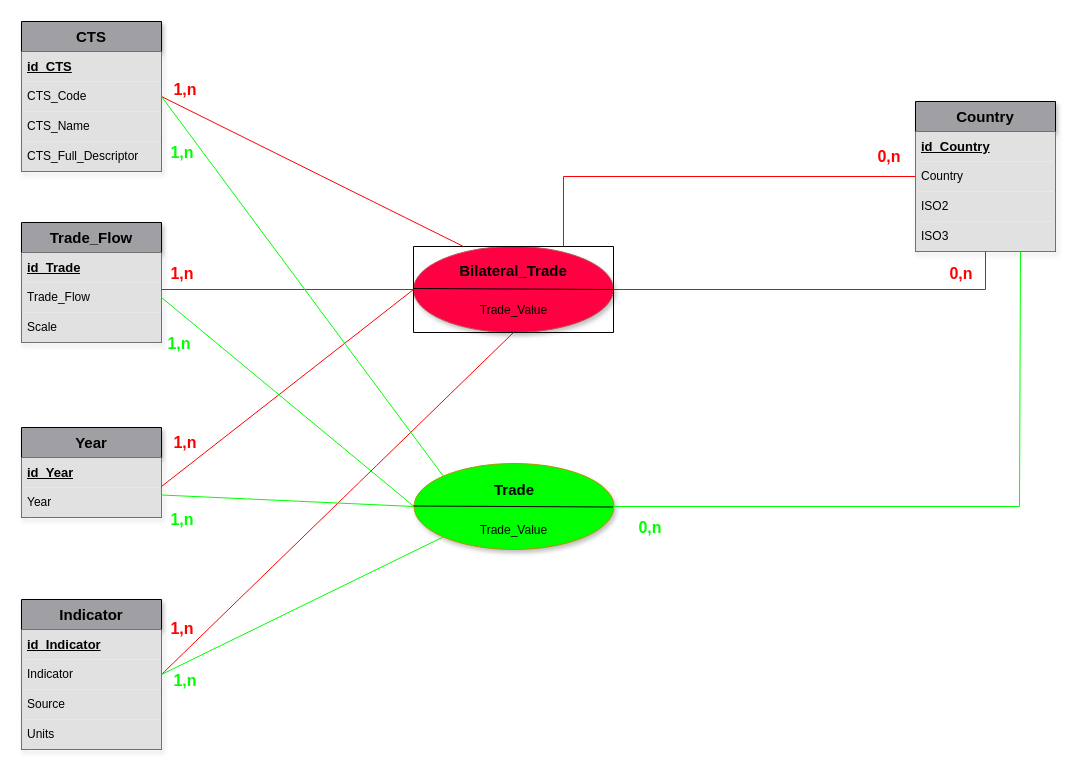
Earlier version of the draw.io diagram schema_ea/schema_EA_final.drawio (Darckens/SAE-S2.01). Source tidied: cells renumbered, new cells numbered last; positions are measured from the earlier drawing's top-left corner, leaving out a move shared by most shapes. Both pictures are drawn from the tidied source at 100%, with x=0, y=0 at pixel (21, 21).
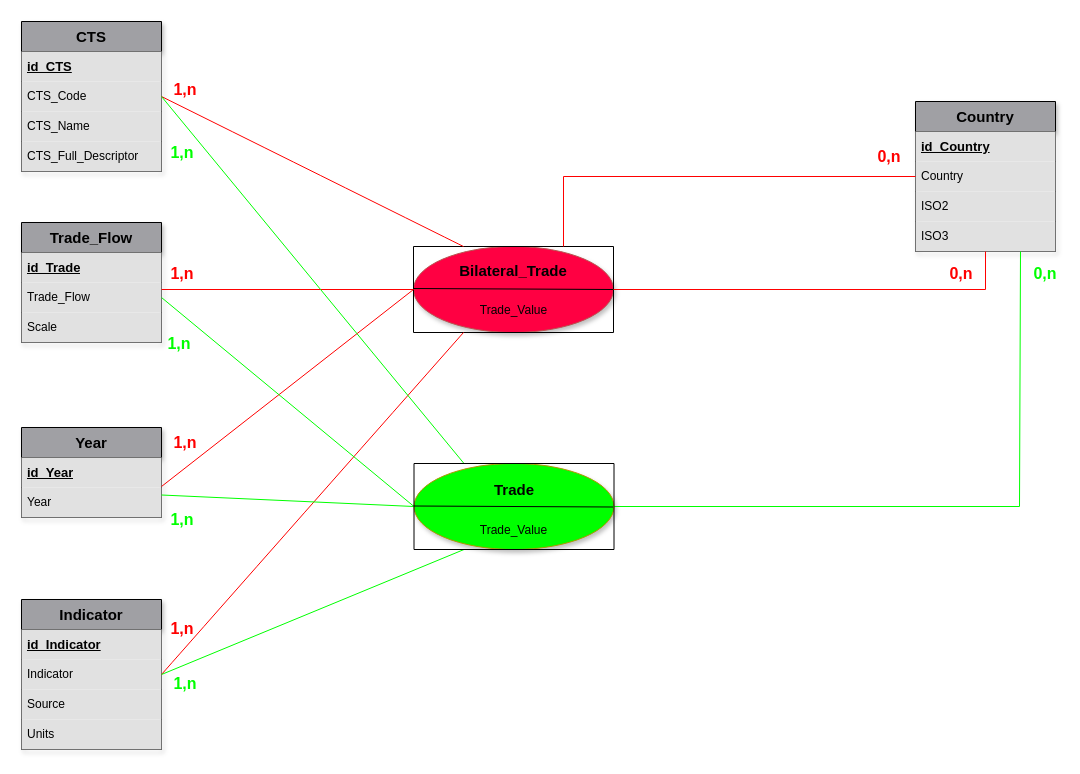
After the change.

Unchanged cells that the change refers to:
```xml
<mxCell id="5" style="swimlane;startSize=0;" parent="1" vertex="1">
  <mxGeometry x="392" y="225" width="200" height="86" as="geometry" />
</mxCell>
<mxCell id="7" value="&lt;font style=&quot;font-size: 15px;&quot;&gt;&lt;b&gt;Country&lt;/b&gt;&lt;/font&gt;" style="swimlane;fontStyle=0;horizontal=1;startSize=30;whiteSpace=wrap;html=1;shadow=1;fillColor=#A0A0A4;strokeColor=#000000;" parent="1" vertex="1">
  <mxGeometry x="894" y="80" width="140" height="150" as="geometry" />
</mxCell>
<mxCell id="14" value="CTS_Code" style="text;strokeColor=none;fillColor=light-dark(#E1E1E1,#E1E1E1);align=left;verticalAlign=middle;spacingLeft=4;spacingRight=4;overflow=hidden;points=[[0,0.5],[1,0.5]];portConstraint=eastwest;whiteSpace=wrap;html=1;fontColor=light-dark(#000000, #121212);" parent="12" vertex="1">
  <mxGeometry y="60" width="140" height="30" as="geometry" />
</mxCell>
<mxCell id="17" value="&lt;font style=&quot;font-size: 15px;&quot;&gt;&lt;b&gt;Indicator&lt;/b&gt;&lt;/font&gt;" style="swimlane;fontStyle=0;horizontal=1;startSize=30;whiteSpace=wrap;html=1;shadow=1;fillColor=#A0A0A4;strokeColor=#000000;" parent="1" vertex="1">
  <mxGeometry y="578" width="140" height="150" as="geometry" />
</mxCell>
<mxCell id="24" value="Trade_Flow" style="text;strokeColor=none;fillColor=light-dark(#E1E1E1,#E1E1E1);align=left;verticalAlign=middle;spacingLeft=4;spacingRight=4;overflow=hidden;points=[[0,0.5],[1,0.5]];portConstraint=eastwest;whiteSpace=wrap;html=1;fontColor=light-dark(#000000, #121212);" parent="22" vertex="1">
  <mxGeometry y="60" width="140" height="30" as="geometry" />
</mxCell>
<mxCell id="26" value="&lt;b&gt;&lt;font style=&quot;font-size: 15px;&quot;&gt;Year&lt;/font&gt;&lt;/b&gt;" style="swimlane;fontStyle=0;horizontal=1;startSize=30;whiteSpace=wrap;html=1;shadow=1;fillColor=#A0A0A4;strokeColor=#000000;" parent="1" vertex="1">
  <mxGeometry y="406" width="140" height="90" as="geometry" />
</mxCell>
<mxCell id="41" style="ellipse;whiteSpace=wrap;html=1;shadow=1;fillColor=#00FF00;strokeColor=#B09500;fontColor=#000000;" parent="1" vertex="1">
  <mxGeometry x="392.5" y="442" width="200" height="86" as="geometry" />
</mxCell>
```

Diff of the diagram source:
```diff
@@
-    <mxCell id="32" style="endArrow=none;html=1;rounded=0;curved=1;exitX=1;exitY=0.5;exitDx=0;exitDy=0;entryX=0.5;entryY=1;entryDx=0;entryDy=0;fillColor=#e51400;strokeColor=#FF0000;" parent="1" edge="1" source="17" target="5">
+    <mxCell id="32" style="endArrow=none;html=1;rounded=0;curved=1;exitX=1;exitY=0.5;exitDx=0;exitDy=0;entryX=0.25;entryY=1;entryDx=0;entryDy=0;fillColor=#e51400;strokeColor=#FF0000;" parent="1" edge="1" source="17" target="5">
       <mxGeometry relative="1" as="geometry" />
     </mxCell>
@@
-    <mxCell id="45" style="endArrow=none;html=1;rounded=0;exitX=1;exitY=0.5;exitDx=0;exitDy=0;entryX=0;entryY=0;entryDx=0;entryDy=0;fillColor=#e3c800;strokeColor=#00FF00;fontColor=#00FF00;" parent="1" edge="1" source="14" target="41">
+    <mxCell id="45" style="endArrow=none;html=1;rounded=0;exitX=1;exitY=0.5;exitDx=0;exitDy=0;entryX=0.25;entryY=0;entryDx=0;entryDy=0;fillColor=#e3c800;strokeColor=#00FF00;fontColor=#00FF00;" parent="1" edge="1" source="14" target="55">
       <mxGeometry relative="1" as="geometry" />
     </mxCell>
-    <mxCell id="46" style="endArrow=none;html=1;rounded=0;exitX=1;exitY=0.5;exitDx=0;exitDy=0;entryX=0;entryY=0.5;entryDx=0;entryDy=0;fillColor=#e3c800;strokeColor=#00FF00;fontColor=#00FF00;" parent="1" edge="1" source="24" target="41">
+    <mxCell id="46" style="endArrow=none;html=1;rounded=0;exitX=1;exitY=0.5;exitDx=0;exitDy=0;fillColor=#e3c800;strokeColor=#00FF00;fontColor=#00FF00;entryX=0;entryY=0.5;entryDx=0;entryDy=0;" parent="1" edge="1" source="24" target="55">
       <mxGeometry relative="1" as="geometry" />
     </mxCell>
-    <mxCell id="47" style="endArrow=none;html=1;rounded=0;entryX=0;entryY=0.5;entryDx=0;entryDy=0;exitX=1;exitY=0.75;exitDx=0;exitDy=0;fillColor=#e3c800;strokeColor=#00FF00;fontColor=#00FF00;" parent="1" edge="1" source="26" target="41">
+    <mxCell id="47" style="endArrow=none;html=1;rounded=0;entryX=0;entryY=0.5;entryDx=0;entryDy=0;exitX=1;exitY=0.75;exitDx=0;exitDy=0;fillColor=#e3c800;strokeColor=#00FF00;fontColor=#00FF00;" parent="1" edge="1" source="26" target="55">
       <mxGeometry relative="1" as="geometry" />
     </mxCell>
-    <mxCell id="48" style="endArrow=none;html=1;rounded=0;entryX=0;entryY=1;entryDx=0;entryDy=0;exitX=1;exitY=0.5;exitDx=0;exitDy=0;strokeColor=#00FF00;fontColor=#00FF00;" parent="1" edge="1" source="17" target="41">
+    <mxCell id="48" style="endArrow=none;html=1;rounded=0;entryX=0.25;entryY=1;entryDx=0;entryDy=0;exitX=1;exitY=0.5;exitDx=0;exitDy=0;strokeColor=#00FF00;fontColor=#00FF00;" parent="1" edge="1" source="17" target="55">
       <mxGeometry relative="1" as="geometry" />
     </mxCell>
-    <mxCell id="49" style="endArrow=none;html=1;rounded=0;exitX=1;exitY=0.5;exitDx=0;exitDy=0;entryX=0.75;entryY=1;entryDx=0;entryDy=0;strokeColor=#00FF00;fontColor=#00FF00;" parent="1" edge="1" source="41" target="7">
+    <mxCell id="49" style="endArrow=none;html=1;rounded=0;entryX=0.75;entryY=1;entryDx=0;entryDy=0;strokeColor=#00FF00;fontColor=#00FF00;exitX=1;exitY=0.5;exitDx=0;exitDy=0;" parent="1" edge="1" source="41" target="7">
       <mxGeometry relative="1" as="geometry">
         <Array as="points">
           <mxPoint x="998" y="485" />
         </Array>
       </mxGeometry>
     </mxCell>
@@
     <mxCell id="53" value="&lt;font style=&quot;font-size: 16px;&quot;&gt;&lt;b&gt;1,n&lt;/b&gt;&lt;/font&gt;" style="text;html=1;align=center;verticalAlign=middle;whiteSpace=wrap;rounded=0;fontColor=#00FF00;" parent="1" vertex="1">
-      <mxGeometry x="147" y="644" width="34" height="30" as="geometry" />
+      <mxGeometry x="147" y="647" width="34" height="30" as="geometry" />
     </mxCell>
     <mxCell id="54" value="&lt;font style=&quot;font-size: 16px;&quot;&gt;&lt;b&gt;0,n&lt;/b&gt;&lt;/font&gt;" style="text;html=1;align=center;verticalAlign=middle;whiteSpace=wrap;rounded=0;fontColor=#00FF00;" parent="1" vertex="1">
-      <mxGeometry x="612" y="491" width="34" height="30" as="geometry" />
+      <mxGeometry x="1007" y="237" width="34" height="30" as="geometry" />
     </mxCell>
+    <mxCell id="55" style="swimlane;startSize=0;" parent="1" vertex="1">
+      <mxGeometry x="392.5" y="442" width="200" height="86" as="geometry" />
+    </mxCell>
```
